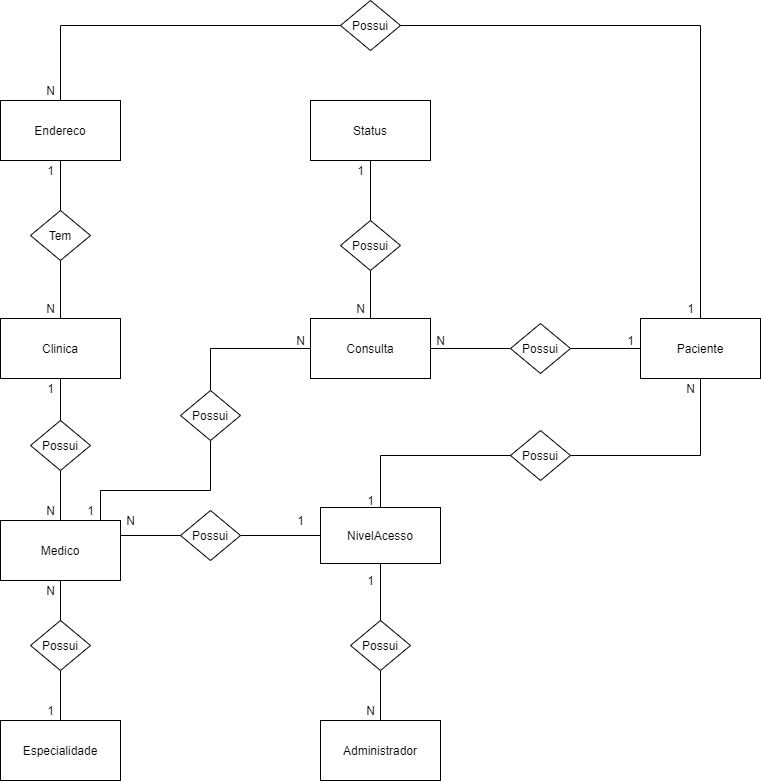
Before: Modelagem/Modelo-01-Conseitual .png, a diagram exported from draw.io (israaoliver/Senai_Spmedgroup_sprint1_bd_tarde_IsraelOliveira). Source tidied: cells renumbered, new cells last; positions are measured from the earlier drawing's top-left corner, leaving out a move shared by most shapes.
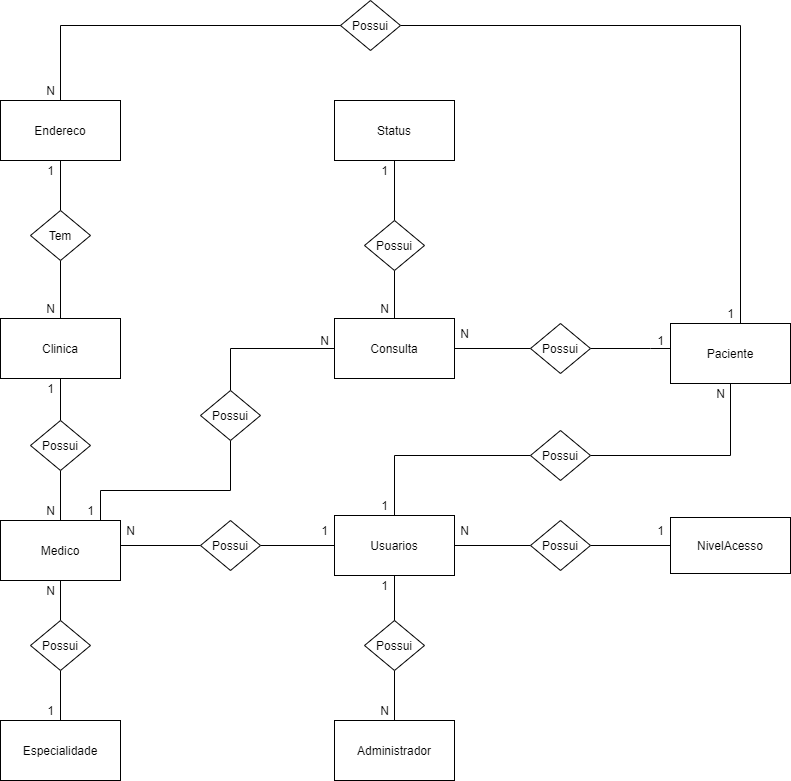
After the change.

Commit message:
Atualizando Diagramas

The edit, as a diff of the source:
```diff
@@ -5,7 +5,7 @@
     <mxCell id="2" style="edgeStyle=orthogonalEdgeStyle;rounded=0;jettySize=auto;html=1;endArrow=none;endFill=0;exitX=1;exitY=0.5;exitDx=0;exitDy=0;" parent="1" edge="1" source="36" target="7">
       <mxGeometry relative="1" as="geometry">
         <Array as="points">
-          <mxPoint x="700" y="25" />
+          <mxPoint x="740" y="25" />
         </Array>
       </mxGeometry>
     </mxCell>
@@ -19,7 +19,7 @@
       <mxGeometry relative="1" as="geometry">
         <Array as="points">
           <mxPoint x="100" y="490" />
-          <mxPoint x="210" y="490" />
+          <mxPoint x="230" y="490" />
         </Array>
       </mxGeometry>
     </mxCell>
@@ -27,22 +27,25 @@
       <mxGeometry y="520" width="120" height="60" as="geometry" />
     </mxCell>
     <mxCell id="7" value="Paciente" style="rounded=0;whiteSpace=wrap;html=1;" parent="1" vertex="1">
-      <mxGeometry x="640" y="318" width="120" height="60" as="geometry" />
+      <mxGeometry x="670" y="323" width="120" height="60" as="geometry" />
     </mxCell>
     <mxCell id="8" value="Especialidade" style="rounded=0;whiteSpace=wrap;html=1;" parent="1" vertex="1">
       <mxGeometry y="720" width="120" height="60" as="geometry" />
     </mxCell>
     <mxCell id="9" value="Consulta&lt;br&gt;" style="rounded=0;whiteSpace=wrap;html=1;" parent="1" vertex="1">
-      <mxGeometry x="310" y="318" width="120" height="60" as="geometry" />
+      <mxGeometry x="334" y="318" width="120" height="60" as="geometry" />
     </mxCell>
+    <mxCell id="61" style="edgeStyle=orthogonalEdgeStyle;rounded=0;jettySize=auto;html=1;entryX=0.5;entryY=1;entryDx=0;entryDy=0;endArrow=none;endFill=0;" parent="1" edge="1" source="10" target="67">
+      <mxGeometry relative="1" as="geometry" />
+    </mxCell>
     <mxCell id="10" value="Administrador&lt;br&gt;" style="rounded=0;whiteSpace=wrap;html=1;" parent="1" vertex="1">
-      <mxGeometry x="320" y="720" width="120" height="60" as="geometry" />
+      <mxGeometry x="334" y="720" width="120" height="60" as="geometry" />
     </mxCell>
     <mxCell id="11" value="NivelAcesso" style="rounded=0;whiteSpace=wrap;html=1;" parent="1" vertex="1">
-      <mxGeometry x="320" y="507" width="120" height="56" as="geometry" />
+      <mxGeometry x="670" y="517" width="120" height="56" as="geometry" />
     </mxCell>
     <mxCell id="12" value="Status" style="rounded=0;whiteSpace=wrap;html=1;" parent="1" vertex="1">
-      <mxGeometry x="310" y="100" width="120" height="60" as="geometry" />
+      <mxGeometry x="334" y="100" width="120" height="60" as="geometry" />
     </mxCell>
     <mxCell id="13" value="1" style="text;html=1;align=center;verticalAlign=middle;" parent="1" vertex="1">
       <mxGeometry x="40" y="160" width="20" height="20" as="geometry" />
@@ -59,17 +62,17 @@
     <mxCell id="17" value="Tem" style="rhombus;whiteSpace=wrap;html=1;" parent="1" vertex="1">
       <mxGeometry x="30" y="210" width="60" height="50" as="geometry" />
     </mxCell>
+    <mxCell id="19" style="edgeStyle=orthogonalEdgeStyle;rounded=0;jettySize=auto;html=1;endArrow=none;endFill=0;" parent="1" edge="1" source="20" target="12">
+      <mxGeometry relative="1" as="geometry" />
+    </mxCell>
     <mxCell id="18" style="edgeStyle=orthogonalEdgeStyle;rounded=0;jettySize=auto;html=1;endArrow=none;endFill=0;" parent="1" edge="1" source="20" target="9">
       <mxGeometry relative="1" as="geometry" />
     </mxCell>
-    <mxCell id="19" style="edgeStyle=orthogonalEdgeStyle;rounded=0;jettySize=auto;html=1;endArrow=none;endFill=0;" parent="1" edge="1" source="20" target="12">
-      <mxGeometry relative="1" as="geometry" />
-    </mxCell>
     <mxCell id="20" value="Possui" style="rhombus;whiteSpace=wrap;html=1;" parent="1" vertex="1">
-      <mxGeometry x="340" y="220" width="60" height="50" as="geometry" />
+      <mxGeometry x="364" y="220" width="60" height="50" as="geometry" />
     </mxCell>
     <mxCell id="21" value="1" style="text;html=1;align=center;verticalAlign=middle;" parent="1" vertex="1">
-      <mxGeometry x="350" y="160" width="20" height="20" as="geometry" />
+      <mxGeometry x="374" y="160" width="20" height="20" as="geometry" />
     </mxCell>
     <mxCell id="22" style="edgeStyle=orthogonalEdgeStyle;rounded=0;jettySize=auto;html=1;endArrow=none;endFill=0;" parent="1" edge="1" source="24" target="4">
       <mxGeometry relative="1" as="geometry" />
@@ -89,34 +92,29 @@
     <mxCell id="27" value="Possui" style="rhombus;whiteSpace=wrap;html=1;" parent="1" vertex="1">
       <mxGeometry x="30" y="620" width="60" height="50" as="geometry" />
     </mxCell>
-    <mxCell id="28" style="edgeStyle=orthogonalEdgeStyle;rounded=0;jettySize=auto;html=1;endArrow=none;endFill=0;" parent="1" edge="1" source="30" target="11">
-      <mxGeometry relative="1" as="geometry" />
-    </mxCell>
     <mxCell id="29" style="edgeStyle=orthogonalEdgeStyle;rounded=0;jettySize=auto;html=1;entryX=1;entryY=0.25;entryDx=0;entryDy=0;endArrow=none;endFill=0;" parent="1" edge="1" source="30" target="6">
-      <mxGeometry relative="1" as="geometry" />
+      <mxGeometry relative="1" as="geometry">
+        <Array as="points">
+          <mxPoint x="120" y="545" />
+        </Array>
+      </mxGeometry>
     </mxCell>
+    <mxCell id="62" style="edgeStyle=orthogonalEdgeStyle;rounded=0;jettySize=auto;html=1;endArrow=none;endFill=0;" parent="1" edge="1" source="30" target="65">
+      <mxGeometry relative="1" as="geometry" />
+    </mxCell>
     <mxCell id="30" value="Possui" style="rhombus;whiteSpace=wrap;html=1;" parent="1" vertex="1">
-      <mxGeometry x="180" y="510" width="60" height="50" as="geometry" />
+      <mxGeometry x="200" y="520" width="60" height="50" as="geometry" />
     </mxCell>
-    <mxCell id="31" style="edgeStyle=orthogonalEdgeStyle;rounded=0;jettySize=auto;html=1;endArrow=none;endFill=0;" parent="1" edge="1" source="33" target="10">
-      <mxGeometry relative="1" as="geometry" />
-    </mxCell>
-    <mxCell id="32" style="edgeStyle=orthogonalEdgeStyle;rounded=0;jettySize=auto;html=1;entryX=0.5;entryY=1;entryDx=0;entryDy=0;endArrow=none;endFill=0;" parent="1" edge="1" source="33" target="11">
-      <mxGeometry relative="1" as="geometry" />
-    </mxCell>
-    <mxCell id="33" value="Possui" style="rhombus;whiteSpace=wrap;html=1;" parent="1" vertex="1">
-      <mxGeometry x="350" y="620" width="60" height="50" as="geometry" />
-    </mxCell>
     <mxCell id="34" style="edgeStyle=orthogonalEdgeStyle;rounded=0;jettySize=auto;html=1;entryX=0;entryY=0.75;entryDx=0;entryDy=0;endArrow=none;endFill=0;" parent="1" edge="1" source="35" target="9">
       <mxGeometry relative="1" as="geometry">
         <Array as="points">
-          <mxPoint x="210" y="348" />
-          <mxPoint x="310" y="348" />
+          <mxPoint x="230" y="348" />
+          <mxPoint x="334" y="348" />
         </Array>
       </mxGeometry>
     </mxCell>
     <mxCell id="35" value="Possui" style="rhombus;whiteSpace=wrap;html=1;" parent="1" vertex="1">
-      <mxGeometry x="180" y="390" width="60" height="50" as="geometry" />
+      <mxGeometry x="200" y="390" width="60" height="50" as="geometry" />
     </mxCell>
     <mxCell id="36" value="Possui" style="rhombus;whiteSpace=wrap;html=1;" parent="1" vertex="1">
       <mxGeometry x="340" width="60" height="50" as="geometry" />
@@ -140,66 +138,95 @@
     <mxCell id="41" value="N" style="text;html=1;align=center;verticalAlign=middle;" parent="1" vertex="1">
       <mxGeometry x="40" y="580" width="20" height="20" as="geometry" />
     </mxCell>
-    <mxCell id="42" value="1" style="text;html=1;align=center;verticalAlign=middle;" parent="1" vertex="1">
-      <mxGeometry x="360" y="570" width="20" height="20" as="geometry" />
-    </mxCell>
-    <mxCell id="43" value="N" style="text;html=1;align=center;verticalAlign=middle;" parent="1" vertex="1">
-      <mxGeometry x="360" y="700" width="20" height="20" as="geometry" />
-    </mxCell>
-    <mxCell id="44" value="1" style="text;html=1;align=center;verticalAlign=middle;" parent="1" vertex="1">
-      <mxGeometry x="290" y="510" width="20" height="20" as="geometry" />
-    </mxCell>
     <mxCell id="45" value="N" style="text;html=1;align=center;verticalAlign=middle;" parent="1" vertex="1">
-      <mxGeometry x="120" y="510" width="20" height="20" as="geometry" />
+      <mxGeometry x="120" y="520" width="20" height="20" as="geometry" />
     </mxCell>
     <mxCell id="46" value="1" style="text;html=1;align=center;verticalAlign=middle;" parent="1" vertex="1">
       <mxGeometry x="80" y="500" width="20" height="20" as="geometry" />
     </mxCell>
     <mxCell id="47" value="N" style="text;html=1;align=center;verticalAlign=middle;" parent="1" vertex="1">
-      <mxGeometry x="290" y="330" width="20" height="20" as="geometry" />
+      <mxGeometry x="314" y="330" width="20" height="20" as="geometry" />
     </mxCell>
     <mxCell id="48" value="N" style="text;html=1;align=center;verticalAlign=middle;" parent="1" vertex="1">
-      <mxGeometry x="350" y="298" width="20" height="20" as="geometry" />
+      <mxGeometry x="374" y="298" width="20" height="20" as="geometry" />
     </mxCell>
     <mxCell id="49" value="1" style="text;html=1;align=center;verticalAlign=middle;" parent="1" vertex="1">
-      <mxGeometry x="680" y="298" width="20" height="20" as="geometry" />
+      <mxGeometry x="720" y="303" width="20" height="20" as="geometry" />
     </mxCell>
     <mxCell id="50" value="N" style="text;html=1;align=center;verticalAlign=middle;" parent="1" vertex="1">
       <mxGeometry x="40" y="80" width="20" height="20" as="geometry" />
     </mxCell>
     <mxCell id="51" style="edgeStyle=orthogonalEdgeStyle;rounded=0;jettySize=auto;html=1;endArrow=none;endFill=0;" parent="1" edge="1" source="53" target="7">
-      <mxGeometry relative="1" as="geometry" />
+      <mxGeometry relative="1" as="geometry">
+        <Array as="points">
+          <mxPoint x="650" y="348" />
+          <mxPoint x="650" y="348" />
+        </Array>
+      </mxGeometry>
     </mxCell>
     <mxCell id="52" style="edgeStyle=orthogonalEdgeStyle;rounded=0;jettySize=auto;html=1;endArrow=none;endFill=0;" parent="1" edge="1" source="53" target="9">
       <mxGeometry relative="1" as="geometry" />
     </mxCell>
     <mxCell id="53" value="Possui" style="rhombus;whiteSpace=wrap;html=1;" parent="1" vertex="1">
-      <mxGeometry x="510" y="323" width="60" height="50" as="geometry" />
+      <mxGeometry x="530" y="323" width="60" height="50" as="geometry" />
     </mxCell>
     <mxCell id="54" value="N" style="text;html=1;align=center;verticalAlign=middle;" parent="1" vertex="1">
-      <mxGeometry x="430" y="330" width="20" height="20" as="geometry" />
+      <mxGeometry x="454" y="323" width="20" height="20" as="geometry" />
     </mxCell>
-    <mxCell id="55" value="1" style="text;html=1;align=center;verticalAlign=middle;" parent="1" vertex="1">
-      <mxGeometry x="620" y="330" width="20" height="20" as="geometry" />
-    </mxCell>
-    <mxCell id="56" value="1" style="text;html=1;align=center;verticalAlign=middle;" parent="1" vertex="1">
-      <mxGeometry x="360" y="490" width="20" height="20" as="geometry" />
-    </mxCell>
     <mxCell id="57" style="edgeStyle=orthogonalEdgeStyle;rounded=0;jettySize=auto;html=1;endArrow=none;endFill=0;" parent="1" edge="1" source="58" target="7">
-      <mxGeometry relative="1" as="geometry" />
+      <mxGeometry relative="1" as="geometry">
+        <Array as="points">
+          <mxPoint x="730" y="455" />
+        </Array>
+      </mxGeometry>
     </mxCell>
+    <mxCell id="63" style="edgeStyle=orthogonalEdgeStyle;rounded=0;jettySize=auto;html=1;endArrow=none;endFill=0;" parent="1" edge="1" source="58" target="65">
+      <mxGeometry relative="1" as="geometry" />
+    </mxCell>
     <mxCell id="58" value="Possui" style="rhombus;whiteSpace=wrap;html=1;" parent="1" vertex="1">
-      <mxGeometry x="510" y="430" width="60" height="50" as="geometry" />
+      <mxGeometry x="530" y="430" width="60" height="50" as="geometry" />
     </mxCell>
-    <mxCell id="59" style="edgeStyle=orthogonalEdgeStyle;rounded=0;jettySize=auto;html=1;endArrow=none;endFill=0;entryX=0;entryY=0.5;entryDx=0;entryDy=0;" parent="1" edge="1" source="11" target="58">
-      <mxGeometry relative="1" as="geometry">
-        <Array as="points">
-          <mxPoint x="380" y="455" />
-        </Array>
-      </mxGeometry>
-    </mxCell>
     <mxCell id="60" value="N" style="text;html=1;align=center;verticalAlign=middle;" parent="1" vertex="1">
-      <mxGeometry x="680" y="378" width="20" height="20" as="geometry" />
+      <mxGeometry x="710" y="383" width="20" height="20" as="geometry" />
     </mxCell>
+    <mxCell id="64" style="edgeStyle=orthogonalEdgeStyle;rounded=0;jettySize=auto;html=1;endArrow=none;endFill=0;" parent="1" edge="1" source="65" target="69">
+      <mxGeometry relative="1" as="geometry" />
+    </mxCell>
+    <mxCell id="65" value="Usuarios" style="rounded=0;whiteSpace=wrap;html=1;" parent="1" vertex="1">
+      <mxGeometry x="334" y="515" width="120" height="60" as="geometry" />
+    </mxCell>
+    <mxCell id="66" style="edgeStyle=orthogonalEdgeStyle;rounded=0;jettySize=auto;html=1;entryX=0.5;entryY=1;entryDx=0;entryDy=0;endArrow=none;endFill=0;" parent="1" edge="1" source="67" target="65">
+      <mxGeometry relative="1" as="geometry" />
+    </mxCell>
+    <mxCell id="67" value="Possui" style="rhombus;whiteSpace=wrap;html=1;" parent="1" vertex="1">
+      <mxGeometry x="364" y="620" width="60" height="50" as="geometry" />
+    </mxCell>
+    <mxCell id="68" style="edgeStyle=orthogonalEdgeStyle;rounded=0;jettySize=auto;html=1;endArrow=none;endFill=0;" parent="1" edge="1" source="69" target="11">
+      <mxGeometry relative="1" as="geometry" />
+    </mxCell>
+    <mxCell id="69" value="Possui" style="rhombus;whiteSpace=wrap;html=1;" parent="1" vertex="1">
+      <mxGeometry x="530" y="520" width="60" height="50" as="geometry" />
+    </mxCell>
+    <mxCell id="70" value="1" style="text;html=1;align=center;verticalAlign=middle;" parent="1" vertex="1">
+      <mxGeometry x="650" y="330" width="20" height="20" as="geometry" />
+    </mxCell>
+    <mxCell id="71" value="1" style="text;html=1;align=center;verticalAlign=middle;" parent="1" vertex="1">
+      <mxGeometry x="374" y="495" width="20" height="20" as="geometry" />
+    </mxCell>
+    <mxCell id="72" value="N" style="text;html=1;align=center;verticalAlign=middle;" parent="1" vertex="1">
+      <mxGeometry x="454" y="520" width="20" height="20" as="geometry" />
+    </mxCell>
+    <mxCell id="73" value="1" style="text;html=1;align=center;verticalAlign=middle;" parent="1" vertex="1">
+      <mxGeometry x="314" y="520" width="20" height="20" as="geometry" />
+    </mxCell>
+    <mxCell id="74" value="1" style="text;html=1;align=center;verticalAlign=middle;" parent="1" vertex="1">
+      <mxGeometry x="374" y="575" width="20" height="20" as="geometry" />
+    </mxCell>
+    <mxCell id="75" value="1" style="text;html=1;align=center;verticalAlign=middle;" parent="1" vertex="1">
+      <mxGeometry x="650" y="520" width="20" height="20" as="geometry" />
+    </mxCell>
+    <mxCell id="76" value="N" style="text;html=1;align=center;verticalAlign=middle;" parent="1" vertex="1">
+      <mxGeometry x="374" y="700" width="20" height="20" as="geometry" />
+    </mxCell>
   </root>
 </mxGraphModel>
```
